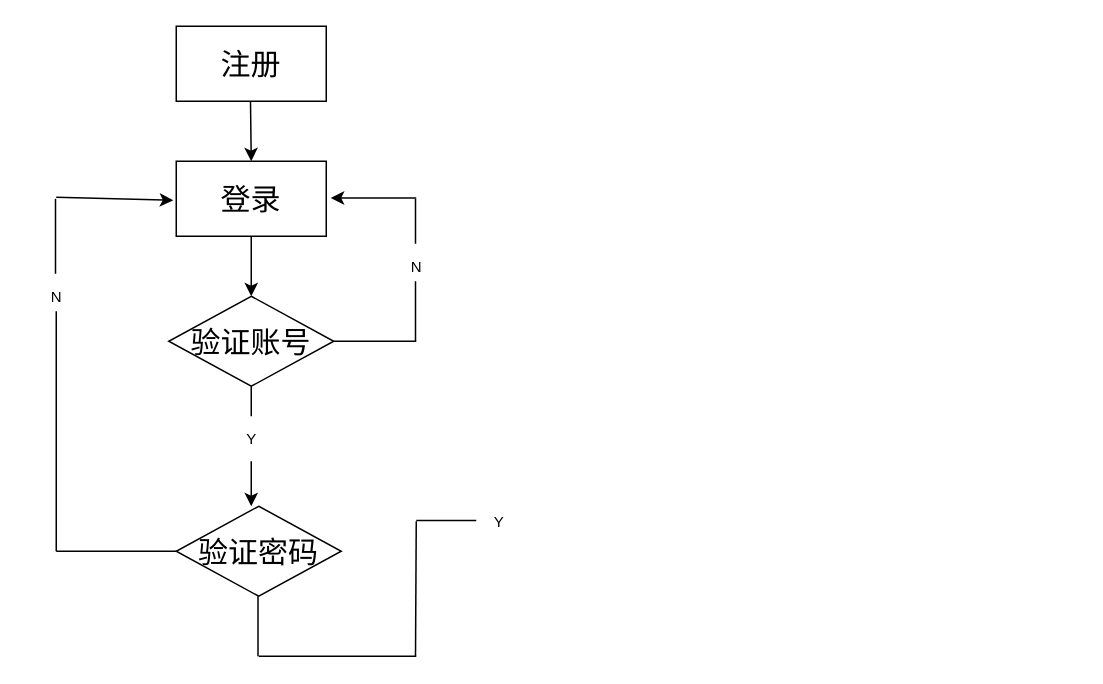
The draw.io diagram Untitled Diagram.drawio in april000/MovieRecommender, before the edit. Source tidied: cells renumbered, new cells numbered last; positions are measured from the earlier drawing's top-left corner, leaving out a move shared by most shapes. Both pictures are drawn from the tidied source at 150%, with x=0, y=0 at pixel (26, 26).
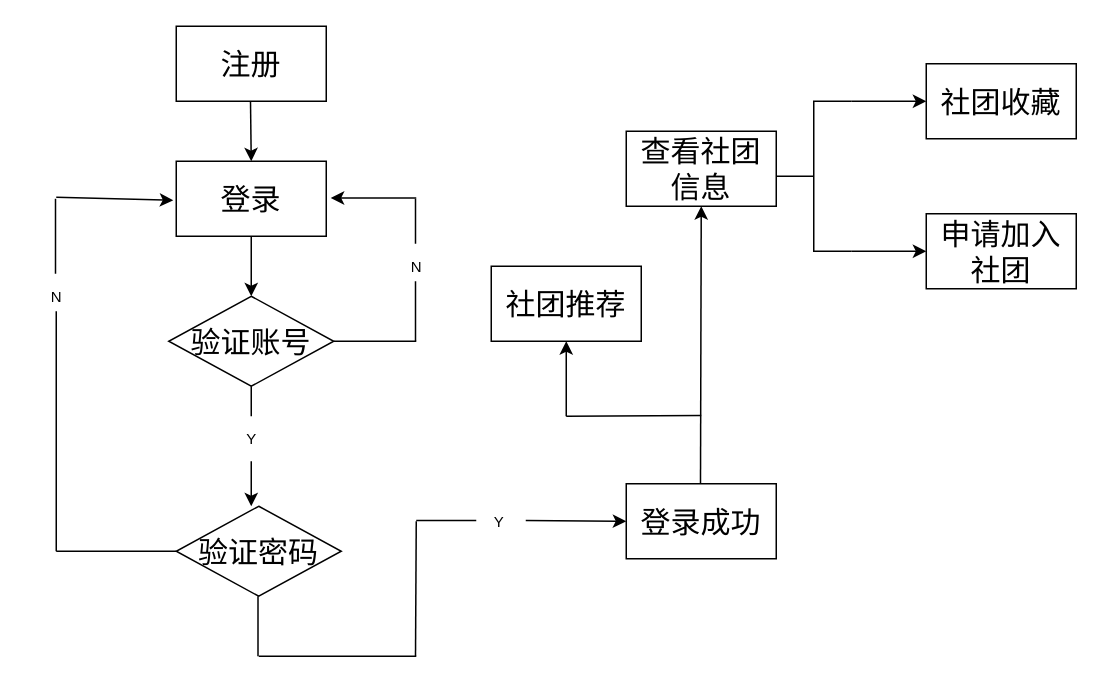
After the change.

Diff of the diagram source:
```diff
@@
+    <mxCell id="26" style="endArrow=classic;html=1;fontSize=10;" parent="1" edge="1">
+      <mxGeometry relative="1" as="geometry">
+        <mxPoint x="333" y="329.5" as="sourcePoint" />
+        <mxPoint x="400" y="330" as="targetPoint" />
+      </mxGeometry>
+    </mxCell>
+    <mxCell id="27" value="登录成功" style="rounded=0;whiteSpace=wrap;html=1;fontSize=20;" parent="1" vertex="1">
+      <mxGeometry x="400" y="305" width="100" height="50" as="geometry" />
+    </mxCell>
+    <mxCell id="28" style="endArrow=classic;html=1;fontSize=10;" parent="1" edge="1">
+      <mxGeometry relative="1" as="geometry">
+        <mxPoint x="449.5" y="305" as="sourcePoint" />
+        <mxPoint x="450" y="120" as="targetPoint" />
+      </mxGeometry>
+    </mxCell>
+    <mxCell id="29" value="查看社团信息" style="rounded=0;whiteSpace=wrap;html=1;fontSize=20;" parent="1" vertex="1">
+      <mxGeometry x="400" y="70" width="100" height="50" as="geometry" />
+    </mxCell>
+    <mxCell id="30" style="endArrow=none;html=1;fontSize=10;" parent="1" edge="1">
+      <mxGeometry relative="1" as="geometry">
+        <mxPoint x="360" y="260" as="sourcePoint" />
+        <mxPoint x="450" y="259.5" as="targetPoint" />
+      </mxGeometry>
+    </mxCell>
+    <mxCell id="31" style="endArrow=classic;html=1;fontSize=10;" parent="1" edge="1">
+      <mxGeometry relative="1" as="geometry">
+        <mxPoint x="360" y="260" as="sourcePoint" />
+        <mxPoint x="360" y="210" as="targetPoint" />
+      </mxGeometry>
+    </mxCell>
+    <mxCell id="32" value="社团推荐" style="rounded=0;whiteSpace=wrap;html=1;fontSize=20;" parent="1" vertex="1">
+      <mxGeometry x="310" y="160" width="100" height="50" as="geometry" />
+    </mxCell>
+    <mxCell id="33" style="strokeWidth=1;shape=mxgraph.flowchart.annotation_2;align=left;fontSize=10;fontStyle=0;html=1;fontColor=#000000;" parent="1" vertex="1">
+      <mxGeometry x="500" y="50" width="50" height="100" as="geometry" />
+    </mxCell>
+    <mxCell id="34" style="endArrow=classic;html=1;fontSize=10;" parent="1" edge="1">
+      <mxGeometry relative="1" as="geometry">
+        <mxPoint x="550" y="50" as="sourcePoint" />
+        <mxPoint x="600" y="50" as="targetPoint" />
+      </mxGeometry>
+    </mxCell>
+    <mxCell id="35" style="endArrow=classic;html=1;fontSize=10;" parent="1" edge="1">
+      <mxGeometry relative="1" as="geometry">
+        <mxPoint x="550" y="150" as="sourcePoint" />
+        <mxPoint x="600" y="150" as="targetPoint" />
+      </mxGeometry>
+    </mxCell>
+    <mxCell id="36" value="社团收藏" style="rounded=0;whiteSpace=wrap;html=1;fontSize=20;" parent="1" vertex="1">
+      <mxGeometry x="600" y="25" width="100" height="50" as="geometry" />
+    </mxCell>
+    <mxCell id="37" value="申请加入社团" style="rounded=0;whiteSpace=wrap;html=1;fontSize=20;" parent="1" vertex="1">
+      <mxGeometry x="600" y="125" width="100" height="50" as="geometry" />
+    </mxCell>
```
